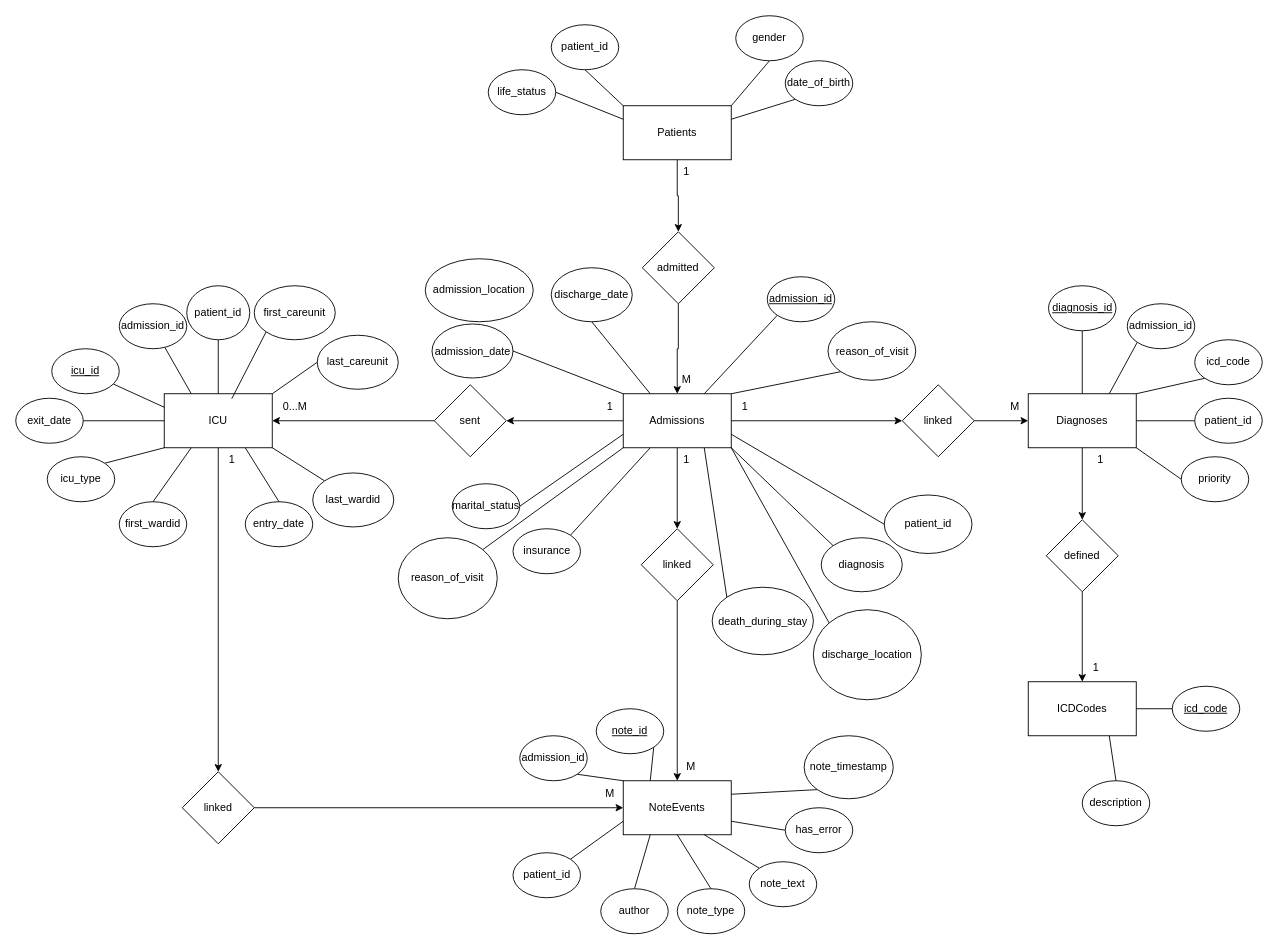
The draw.io diagram page "Chen Diagram" (3 of 3) of Untitled Diagram.drawio in Joshua131313/soen363, before the edit. Source tidied: cells renumbered, new cells numbered last; positions are measured from the earlier drawing's top-left corner, leaving out a move shared by most shapes. Both pictures are drawn from the tidied source at 90%, with x=0, y=0 at pixel (15, 15).
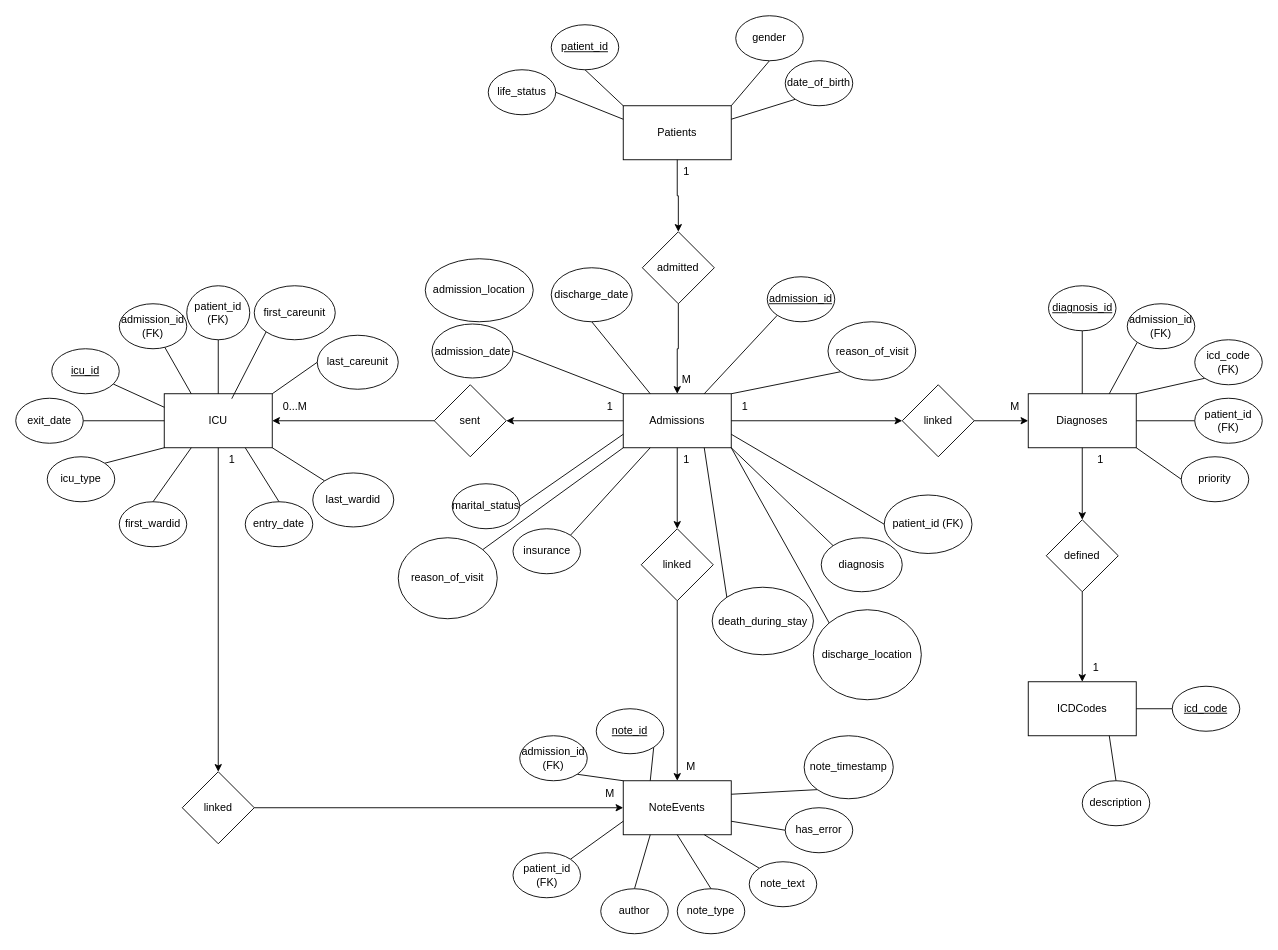
The same diagram, later.

Commit message:
Added notation for foreign keys

Diff of the diagram source:
```diff
@@
-    <mxCell id="15" value="patient_id" style="ellipse;whiteSpace=wrap;html=1;" parent="1" vertex="1">
+    <mxCell id="15" value="&lt;u&gt;patient_id&lt;/u&gt;" style="ellipse;whiteSpace=wrap;html=1;" parent="1" vertex="1">
       <mxGeometry x="595" y="10" width="75" height="50" as="geometry" />
     </mxCell>
@@
-    <mxCell id="23" value="admission_id" style="ellipse;whiteSpace=wrap;html=1;" parent="1" vertex="1">
+    <mxCell id="23" value="admission_id (FK)" style="ellipse;whiteSpace=wrap;html=1;" parent="1" vertex="1">
       <mxGeometry x="115" y="320" width="75" height="50" as="geometry" />
     </mxCell>
@@
-    <mxCell id="35" value="admission_id" style="ellipse;whiteSpace=wrap;html=1;" parent="1" vertex="1">
+    <mxCell id="35" value="admission_id (FK)" style="ellipse;whiteSpace=wrap;html=1;" parent="1" vertex="1">
       <mxGeometry x="560" y="800" width="75" height="50" as="geometry" />
     </mxCell>
@@
-    <mxCell id="49" value="admission_id" style="ellipse;whiteSpace=wrap;html=1;" parent="1" vertex="1">
+    <mxCell id="49" value="admission_id (FK)" style="ellipse;whiteSpace=wrap;html=1;" parent="1" vertex="1">
       <mxGeometry x="1235" y="320" width="75" height="50" as="geometry" />
     </mxCell>
@@
-    <mxCell id="51" value="icd_code" style="ellipse;whiteSpace=wrap;html=1;" parent="1" vertex="1">
+    <mxCell id="51" value="icd_code (FK)" style="ellipse;whiteSpace=wrap;html=1;" parent="1" vertex="1">
       <mxGeometry x="1310" y="360" width="75" height="50" as="geometry" />
     </mxCell>
@@
-    <mxCell id="53" value="patient_id" style="ellipse;whiteSpace=wrap;html=1;" parent="1" vertex="1">
+    <mxCell id="53" value="patient_id (FK)" style="ellipse;whiteSpace=wrap;html=1;" parent="1" vertex="1">
       <mxGeometry x="1310" y="425" width="75" height="50" as="geometry" />
     </mxCell>
@@
-    <mxCell id="99" value="patient_id" style="ellipse;whiteSpace=wrap;html=1;" parent="1" vertex="1">
+    <mxCell id="99" value="patient_id (FK)" style="ellipse;whiteSpace=wrap;html=1;" parent="1" vertex="1">
       <mxGeometry x="552.5" y="930" width="75" height="50" as="geometry" />
     </mxCell>
-    <mxCell id="100" value="patient_id" style="ellipse;whiteSpace=wrap;html=1;" parent="1" vertex="1">
+    <mxCell id="100" value="patient_id (FK)" style="ellipse;whiteSpace=wrap;html=1;" parent="1" vertex="1">
       <mxGeometry x="965" y="532.5" width="97.5" height="65" as="geometry" />
     </mxCell>
@@
-    <mxCell id="112" value="patient_id" style="ellipse;whiteSpace=wrap;html=1;" parent="1" vertex="1">
+    <mxCell id="112" value="patient_id (FK)" style="ellipse;whiteSpace=wrap;html=1;" parent="1" vertex="1">
       <mxGeometry x="190" y="300" width="70" height="60" as="geometry" />
     </mxCell>
```
